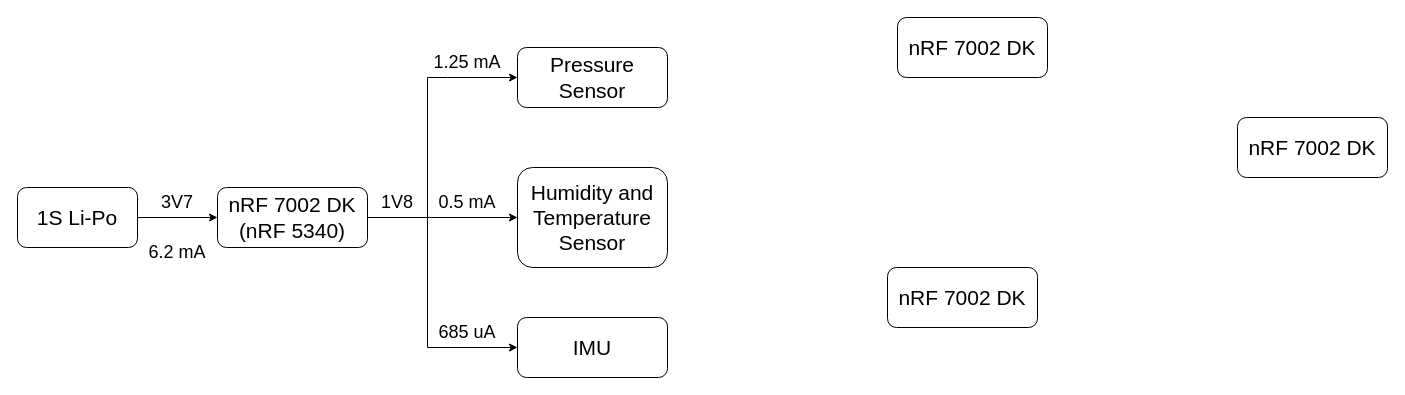
Above: 未命名绘图.drawio in ese5180/iot-venture-f25-mesh (draw.io), before the change. Source tidied: cells renumbered, new cells numbered last; positions are measured from the earlier drawing's top-left corner, leaving out a move shared by most shapes. Both pictures are drawn from the tidied source at 100%, with x=0, y=0 at pixel (17, 17).
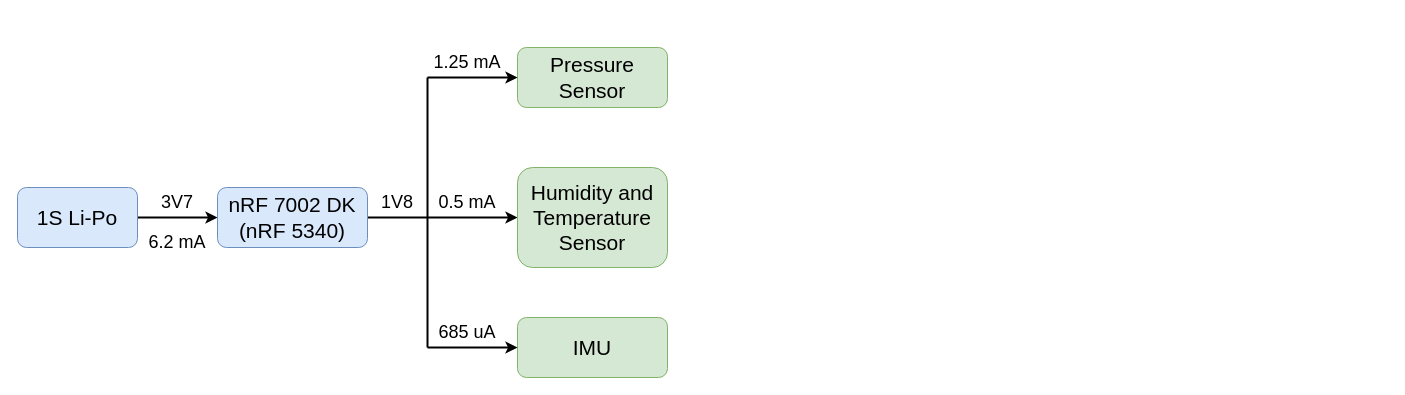
Above is the later version.

Commit message (it also covers changes not shown here):
更新未命名绘图.drawio

Change to the diagram source:
```diff
@@
-    <mxCell id="2" style="edgeStyle=orthogonalEdgeStyle;rounded=0;jettySize=auto;html=1;" parent="1" edge="1" source="3" target="5">
+    <mxCell id="2" style="edgeStyle=orthogonalEdgeStyle;rounded=0;jettySize=auto;html=1;startSize=11;strokeWidth=2;" parent="1" edge="1" source="3" target="5">
       <mxGeometry relative="1" as="geometry" />
     </mxCell>
-    <mxCell id="3" value="&lt;font style=&quot;font-size: 21px;&quot;&gt;1S Li-Po&lt;/font&gt;" style="rounded=1;whiteSpace=wrap;html=1;" parent="1" vertex="1">
+    <mxCell id="3" value="&lt;font style=&quot;font-size: 21px;&quot;&gt;1S Li-Po&lt;/font&gt;" style="rounded=1;whiteSpace=wrap;html=1;fillColor=#dae8fc;strokeColor=#6c8ebf;" parent="1" vertex="1">
       <mxGeometry y="170" width="120" height="60" as="geometry" />
     </mxCell>
-    <mxCell id="4" style="edgeStyle=orthogonalEdgeStyle;rounded=0;jettySize=auto;html=1;" parent="1" edge="1" source="5" target="8">
+    <mxCell id="4" style="edgeStyle=orthogonalEdgeStyle;rounded=0;jettySize=auto;html=1;startSize=11;strokeWidth=2;" parent="1" edge="1" source="5" target="8">
       <mxGeometry relative="1" as="geometry" />
     </mxCell>
-    <mxCell id="5" value="&lt;font style=&quot;font-size: 21px;&quot;&gt;nRF 7002 DK&lt;/font&gt;&lt;div&gt;&lt;font style=&quot;font-size: 21px;&quot;&gt;(nRF 5340)&lt;/font&gt;&lt;/div&gt;" style="rounded=1;whiteSpace=wrap;html=1;" parent="1" vertex="1">
+    <mxCell id="5" value="&lt;font style=&quot;font-size: 21px;&quot;&gt;nRF 7002 DK&lt;/font&gt;&lt;div&gt;&lt;font style=&quot;font-size: 21px;&quot;&gt;(nRF 5340)&lt;/font&gt;&lt;/div&gt;" style="rounded=1;whiteSpace=wrap;html=1;fillColor=#dae8fc;strokeColor=#6c8ebf;" parent="1" vertex="1">
       <mxGeometry x="200" y="170" width="150" height="60" as="geometry" />
     </mxCell>
-    <mxCell id="6" value="&lt;span style=&quot;font-size: 21px;&quot;&gt;Pressure Sensor&lt;/span&gt;" style="rounded=1;whiteSpace=wrap;html=1;" parent="1" vertex="1">
+    <mxCell id="6" value="&lt;span style=&quot;font-size: 21px;&quot;&gt;Pressure Sensor&lt;/span&gt;" style="rounded=1;whiteSpace=wrap;html=1;fillColor=#d5e8d4;strokeColor=#82b366;" parent="1" vertex="1">
       <mxGeometry x="500" y="30" width="150" height="60" as="geometry" />
     </mxCell>
-    <mxCell id="7" value="&lt;font style=&quot;font-size: 21px;&quot;&gt;nRF 7002 DK&lt;/font&gt;" style="rounded=1;whiteSpace=wrap;html=1;" parent="1" vertex="1">
-      <mxGeometry x="880" width="150" height="60" as="geometry" />
-    </mxCell>
-    <mxCell id="8" value="&lt;font style=&quot;font-size: 21px;&quot;&gt;Humidity and Temperature Sensor&lt;/font&gt;" style="rounded=1;whiteSpace=wrap;html=1;" parent="1" vertex="1">
+    <mxCell id="8" value="&lt;font style=&quot;font-size: 21px;&quot;&gt;Humidity and Temperature Sensor&lt;/font&gt;" style="rounded=1;whiteSpace=wrap;html=1;fillColor=#d5e8d4;strokeColor=#82b366;" parent="1" vertex="1">
       <mxGeometry x="500" y="150" width="150" height="100" as="geometry" />
     </mxCell>
-    <mxCell id="9" value="&lt;font style=&quot;font-size: 21px;&quot;&gt;nRF 7002 DK&lt;/font&gt;" style="rounded=1;whiteSpace=wrap;html=1;" parent="1" vertex="1">
-      <mxGeometry x="1220" y="100" width="150" height="60" as="geometry" />
-    </mxCell>
-    <mxCell id="10" value="&lt;font style=&quot;font-size: 21px;&quot;&gt;nRF 7002 DK&lt;/font&gt;" style="rounded=1;whiteSpace=wrap;html=1;" parent="1" vertex="1">
-      <mxGeometry x="870" y="250" width="150" height="60" as="geometry" />
-    </mxCell>
-    <mxCell id="11" value="&lt;div&gt;&lt;span style=&quot;font-size: 21px; background-color: transparent; color: light-dark(rgb(0, 0, 0), rgb(255, 255, 255));&quot;&gt;IMU&lt;/span&gt;&lt;/div&gt;" style="rounded=1;whiteSpace=wrap;html=1;" parent="1" vertex="1">
+    <mxCell id="11" value="&lt;div&gt;&lt;span style=&quot;font-size: 21px; background-color: transparent; color: light-dark(rgb(0, 0, 0), rgb(255, 255, 255));&quot;&gt;IMU&lt;/span&gt;&lt;/div&gt;" style="rounded=1;whiteSpace=wrap;html=1;fillColor=#d5e8d4;strokeColor=#82b366;" parent="1" vertex="1">
       <mxGeometry x="500" y="300" width="150" height="60" as="geometry" />
     </mxCell>
-    <mxCell id="12" style="endArrow=classic;html=1;rounded=0;entryX=0;entryY=0.5;entryDx=0;entryDy=0;" parent="1" edge="1" target="6">
+    <mxCell id="12" style="endArrow=classic;html=1;rounded=0;entryX=0;entryY=0.5;entryDx=0;entryDy=0;startSize=11;strokeWidth=2;" parent="1" edge="1" target="6">
       <mxGeometry relative="1" as="geometry">
         <mxPoint x="410" y="60" as="sourcePoint" />
         <Array as="points">
           <mxPoint x="430" y="60" />
         </Array>
       </mxGeometry>
     </mxCell>
-    <mxCell id="13" style="endArrow=classic;html=1;rounded=0;entryX=0;entryY=0.5;entryDx=0;entryDy=0;" parent="1" edge="1" target="11">
+    <mxCell id="13" style="endArrow=classic;html=1;rounded=0;entryX=0;entryY=0.5;entryDx=0;entryDy=0;startSize=11;strokeWidth=2;" parent="1" edge="1" target="11">
       <mxGeometry relative="1" as="geometry">
         <mxPoint x="410" y="330" as="sourcePoint" />
       </mxGeometry>
     </mxCell>
@@
-    <mxCell id="15" style="endArrow=none;html=1;rounded=0;" parent="1" edge="1">
+    <mxCell id="15" style="endArrow=none;html=1;rounded=0;startSize=11;strokeWidth=2;" parent="1" edge="1">
       <mxGeometry relative="1" as="geometry">
         <mxPoint x="410" y="60" as="sourcePoint" />
         <mxPoint x="410" y="200" as="targetPoint" />
       </mxGeometry>
     </mxCell>
-    <mxCell id="16" style="endArrow=none;html=1;rounded=0;" parent="1" edge="1">
+    <mxCell id="16" style="endArrow=none;html=1;rounded=0;startSize=11;strokeWidth=2;" parent="1" edge="1">
       <mxGeometry relative="1" as="geometry">
         <mxPoint x="410" y="200" as="sourcePoint" />
         <mxPoint x="410" y="330" as="targetPoint" />
       </mxGeometry>
     </mxCell>
@@
     <mxCell id="21" value="&lt;font style=&quot;font-size: 18px;&quot;&gt;6.2 mA&lt;/font&gt;" style="text;html=1;align=center;verticalAlign=middle;whiteSpace=wrap;rounded=0;" parent="1" vertex="1">
-      <mxGeometry x="130" y="220" width="60" height="30" as="geometry" />
+      <mxGeometry x="130" y="210" width="60" height="30" as="geometry" />
     </mxCell>
```
